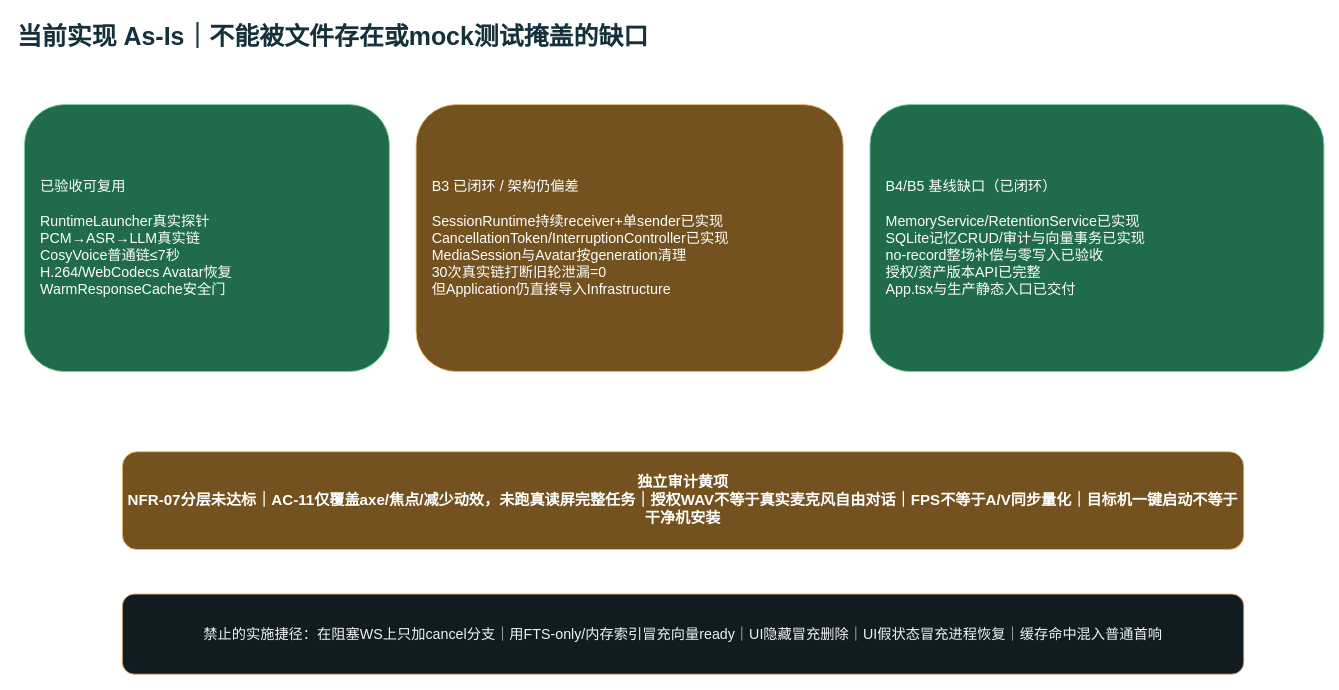
This is page "02-当前实现与真实缺口" (2 of 8) of docs/cyberWife-b3-b5-delivery-gap.drawio from ljx418/cyberWife, a draw.io file, before an edit. Source tidied: cells renumbered, new cells numbered last; positions are measured from the earlier drawing's top-left corner, leaving out a move shared by most shapes. Both pictures are drawn from the tidied source at 89%, with x=0, y=0 at pixel (15, 15).
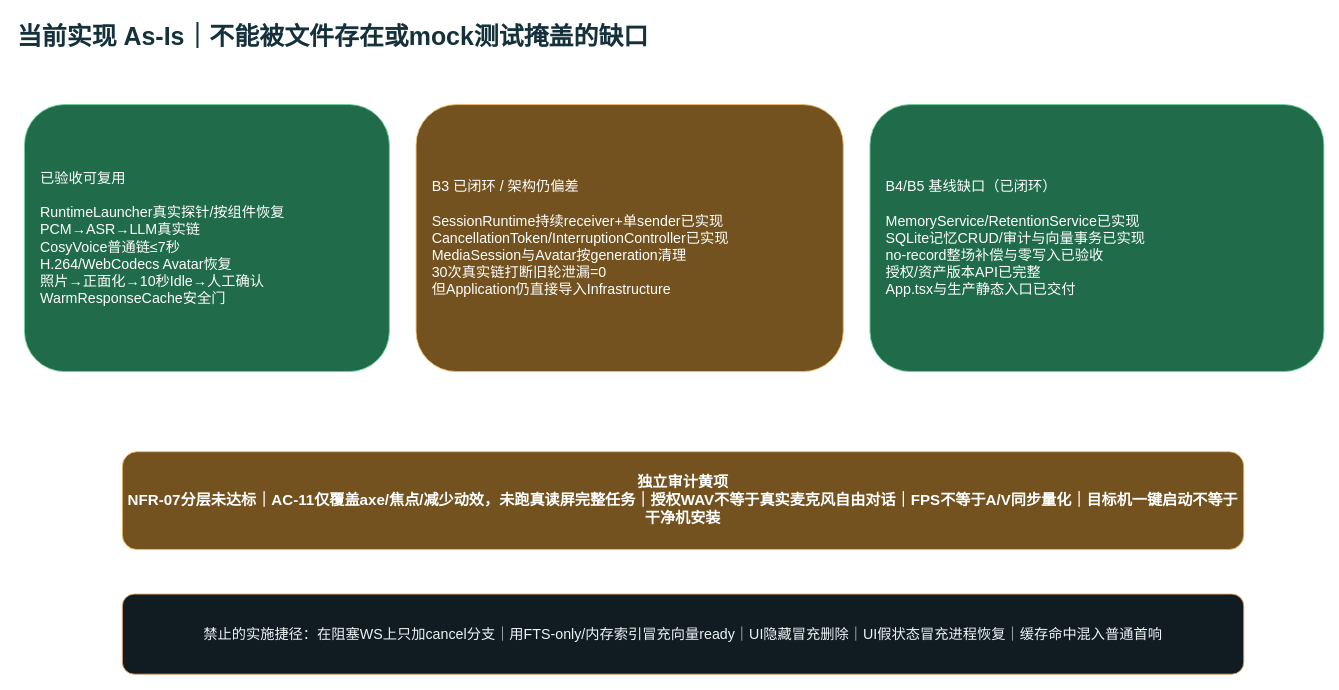
After the change.

Change to the diagram source:
```diff
@@
 <mxGraphModel>
   <root>
     <mxCell id="0" />
     <mxCell id="1" parent="0" />
     <mxCell id="2" value="当前实现 As-Is｜不能被文件存在或mock测试掩盖的缺口" style="text;html=1;fontSize=28;fontStyle=1;fontColor=#15313B;" parent="1" vertex="1">
       <mxGeometry width="1300" height="50" as="geometry" />
     </mxCell>
-    <mxCell id="3" value="已验收可复用&#10;&#10;RuntimeLauncher真实探针&#10;PCM→ASR→LLM真实链&#10;CosyVoice普通链≤7秒&#10;H.264/WebCodecs Avatar恢复&#10;WarmResponseCache安全门" style="rounded=1;html=1;whiteSpace=wrap;fillColor=#1F6B4A;strokeColor=#6ED39C;fontColor=#FFFFFF;align=left;spacing=18;fontSize=16;" parent="1" vertex="1">
+    <mxCell id="3" value="已验收可复用&#10;&#10;RuntimeLauncher真实探针/按组件恢复&#10;PCM→ASR→LLM真实链&#10;CosyVoice普通链≤7秒&#10;H.264/WebCodecs Avatar恢复&#10;照片→正面化→10秒Idle→人工确认&#10;WarmResponseCache安全门" style="rounded=1;html=1;whiteSpace=wrap;fillColor=#1F6B4A;strokeColor=#6ED39C;fontColor=#FFFFFF;align=left;spacing=18;fontSize=16;" parent="1" vertex="1">
       <mxGeometry x="10" y="100" width="410" height="300" as="geometry" />
     </mxCell>
     <mxCell id="4" value="B3 已闭环 / 架构仍偏差&#10;&#10;SessionRuntime持续receiver+单sender已实现&#10;CancellationToken/InterruptionController已实现&#10;MediaSession与Avatar按generation清理&#10;30次真实链打断旧轮泄漏=0&#10;但Application仍直接导入Infrastructure" style="rounded=1;html=1;whiteSpace=wrap;fillColor=#73521F;strokeColor=#F2BD6B;fontColor=#FFFFFF;align=left;spacing=18;fontSize=16;" parent="1" vertex="1">
       <mxGeometry x="450" y="100" width="480" height="300" as="geometry" />
     </mxCell>
     <mxCell id="5" value="B4/B5 基线缺口（已闭环）&#10;&#10;MemoryService/RetentionService已实现&#10;SQLite记忆CRUD/审计与向量事务已实现&#10;no-record整场补偿与零写入已验收&#10;授权/资产版本API已完整&#10;App.tsx与生产静态入口已交付" style="rounded=1;html=1;whiteSpace=wrap;fillColor=#1F6B4A;strokeColor=#6ED39C;fontColor=#FFFFFF;align=left;spacing=18;fontSize=16;" parent="1" vertex="1">
       <mxGeometry x="960" y="100" width="510" height="300" as="geometry" />
     </mxCell>
     <mxCell id="6" value="独立审计黄项&#10;NFR-07分层未达标｜AC-11仅覆盖axe/焦点/减少动效，未跑真读屏完整任务｜授权WAV不等于真实麦克风自由对话｜FPS不等于A/V同步量化｜目标机一键启动不等于干净机安装" style="rounded=1;html=1;whiteSpace=wrap;fillColor=#73521F;strokeColor=#F2BD6B;fontColor=#FFFFFF;fontStyle=1;fontSize=17;" parent="1" vertex="1">
       <mxGeometry x="120" y="490" width="1260" height="110" as="geometry" />
     </mxCell>
     <mxCell id="7" value="禁止的实施捷径：在阻塞WS上只加cancel分支｜用FTS-only/内存索引冒充向量ready｜UI隐藏冒充删除｜UI假状态冒充进程恢复｜缓存命中混入普通首响" style="rounded=1;html=1;whiteSpace=wrap;fillColor=#101B22;strokeColor=#E4A668;fontColor=#EDF4F5;fontSize=16;" parent="1" vertex="1">
       <mxGeometry x="120" y="650" width="1260" height="90" as="geometry" />
     </mxCell>
   </root>
 </mxGraphModel>
```
